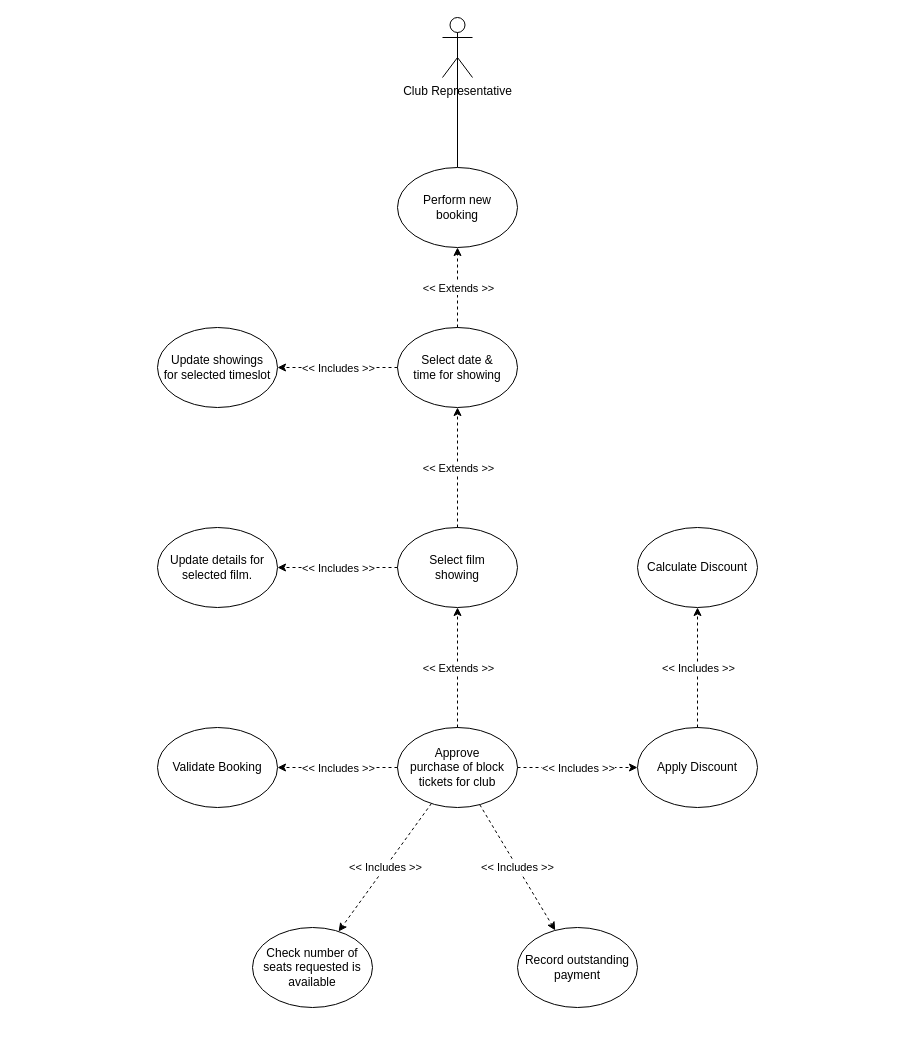
19ATF72/ESD_Semester_2 keeps this draw.io diagram as Use-Cases/Club-Representative-Perform-Booking.drawio. Above is the earlier version. Source tidied: cells renumbered, new cells numbered last; positions are measured from the earlier drawing's top-left corner, leaving out a move shared by most shapes. Both pictures are drawn from the tidied source at 100%, with x=0, y=0 at pixel (157, 17).
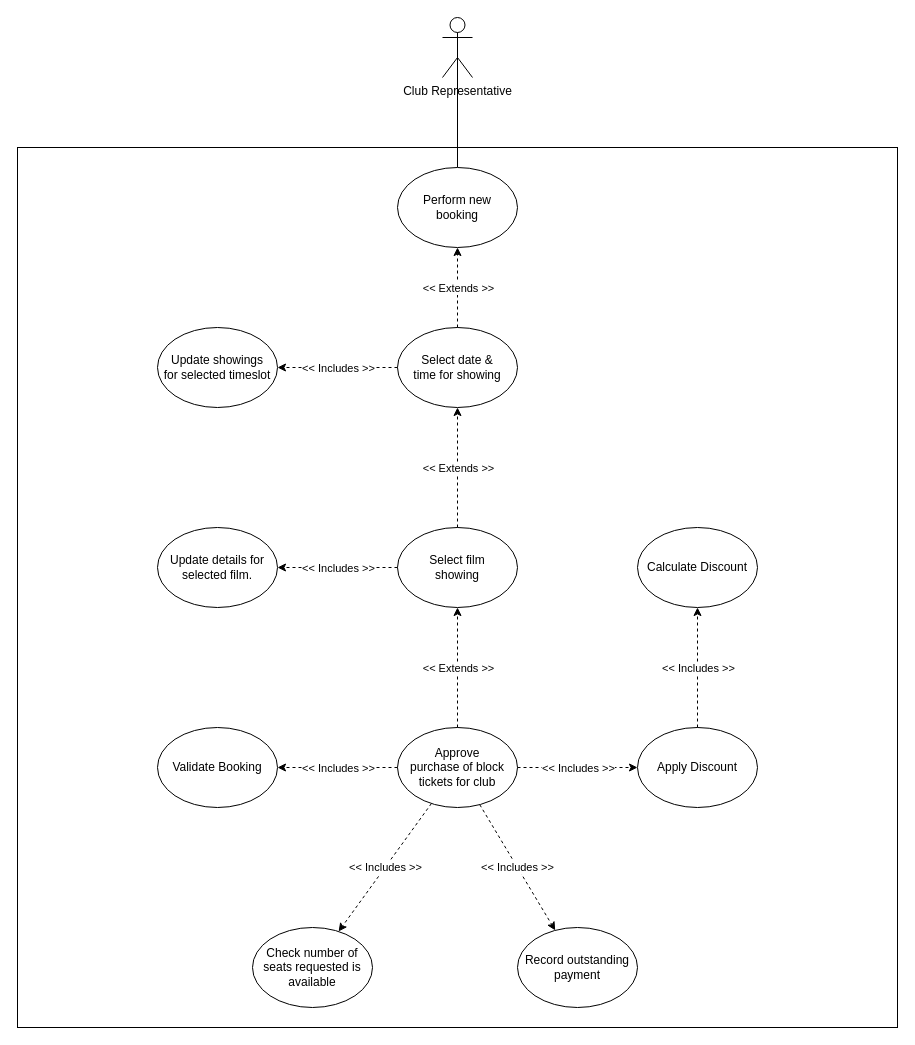
Above is the later version.

What changed in the source:
```diff
@@
+    <mxCell id="35" style="whiteSpace=wrap;html=1;" parent="1" vertex="1">
+      <mxGeometry x="-140" y="130" width="880" height="880" as="geometry" />
+    </mxCell>
```
